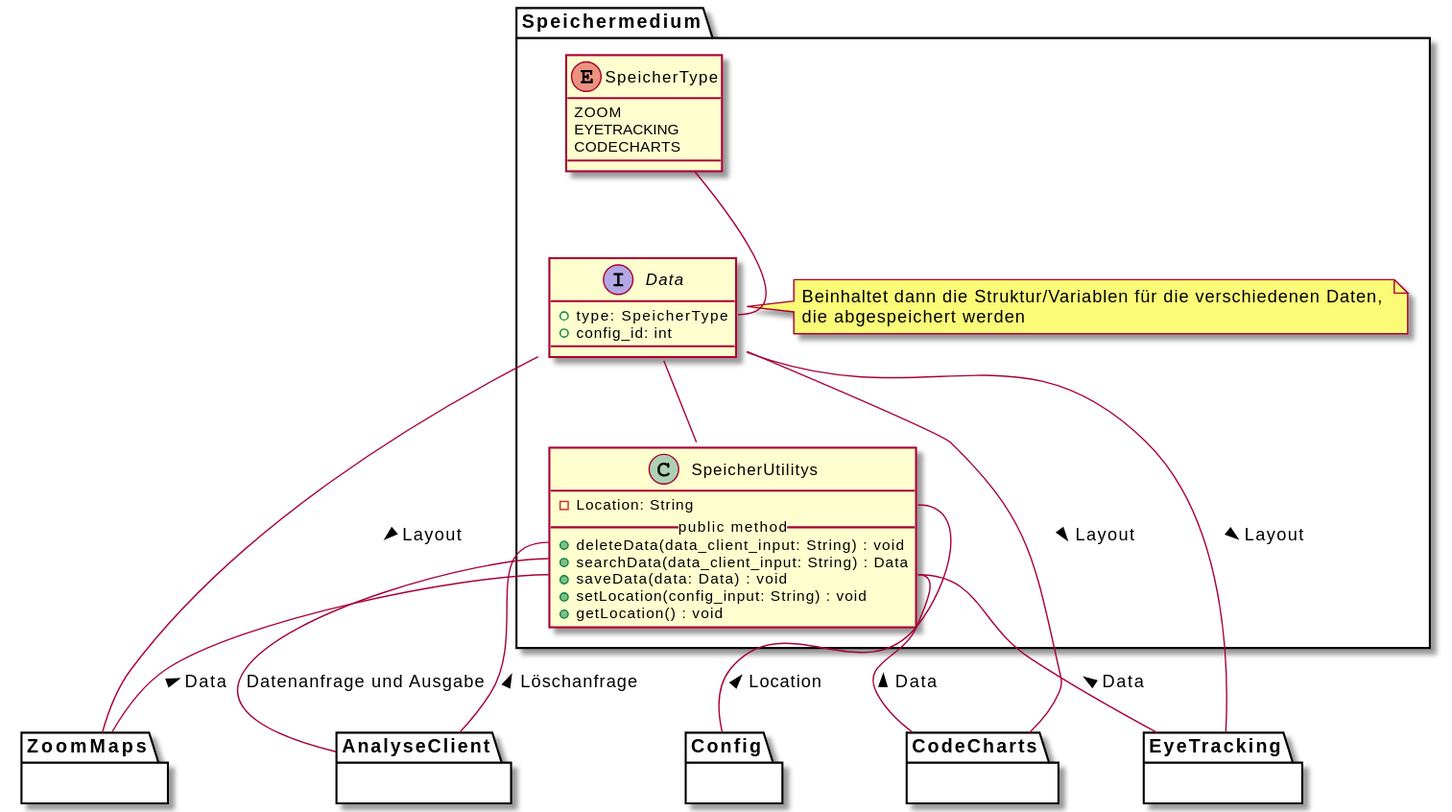
Above: meilenstein_03/uml-speichermedium/speichermedium.svg in weichware10/meilensteine (PlantUML), before the change. Source of this version:
```plantuml
@startuml
package Speichermedium {
      class SpeicherUtilitys {
         - Location: String
         __public method__
         + deleteData(data_client_input: String) : void
         + searchData(data_client_input: String) : Data
         + saveData(data: Data) : void
         + setLocation(config_input: String) : void
         + getLocation() : void
     }

      interface Data {
         + type: SpeicherType
         + config_id: int
      }

      note right of Data
         Beinhaltet dann die Struktur/Variablen für die verschiedenen Daten,
         die abgespeichert werden
      end note

      enum SpeicherType {
         ZOOM
         EYETRACKING
         CODECHARTS
      }

      SpeicherType -- Data::type
      Data -- SpeicherUtilitys

     SpeicherUtilitys::Location -- Config : < Location
     SpeicherUtilitys::saveData -- CodeCharts : < Data
     SpeicherUtilitys::saveData -- ZoomMaps : < Data
     SpeicherUtilitys::saveData -- EyeTracking : < Data
     SpeicherUtilitys::searchData -- AnalyseClient : Datenanfrage und Ausgabe
     SpeicherUtilitys::deleteData -- AnalyseClient : < Löschanfrage
     Data -- CodeCharts : > Layout
     Data -- ZoomMaps : > Layout
     Data -- EyeTracking : > Layout
}


 package Config {}

 package CodeCharts {}

 package ZoomMaps {}

 package EyeTracking {}

 package AnalyseClient {}
@enduml
```
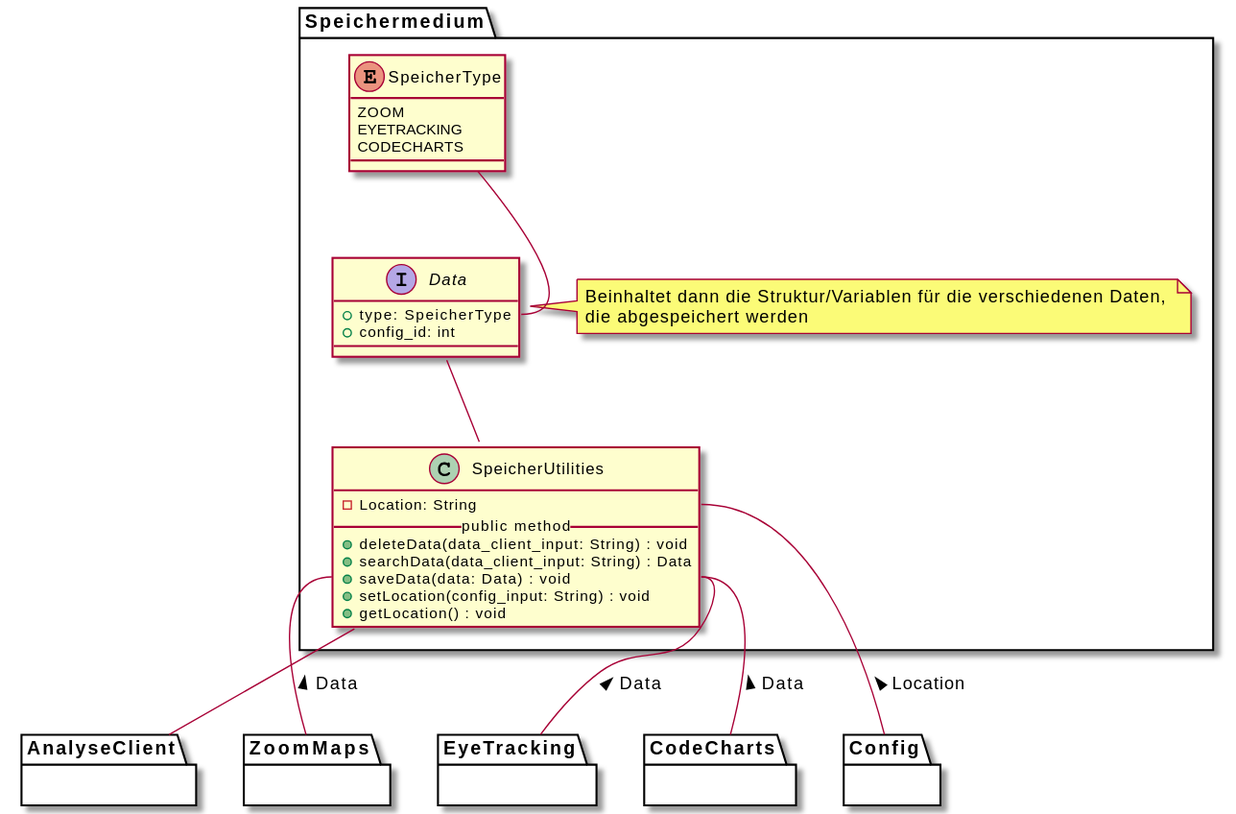
The same diagram one commit later.

Commit message:
Render PlantUML SVGs

What changed in the source:
```diff
@@ -1,6 +1,6 @@
 @startuml
 package Speichermedium {
-      class SpeicherUtilitys {
+      class SpeicherUtilities {
          - Location: String
          __public method__
          + deleteData(data_client_input: String) : void
@@ -27,17 +27,13 @@
       }
 
       SpeicherType -- Data::type
-      Data -- SpeicherUtilitys
+      Data -- SpeicherUtilities
 
-     SpeicherUtilitys::Location -- Config : < Location
-     SpeicherUtilitys::saveData -- CodeCharts : < Data
-     SpeicherUtilitys::saveData -- ZoomMaps : < Data
-     SpeicherUtilitys::saveData -- EyeTracking : < Data
-     SpeicherUtilitys::searchData -- AnalyseClient : Datenanfrage und Ausgabe
-     SpeicherUtilitys::deleteData -- AnalyseClient : < Löschanfrage
-     Data -- CodeCharts : > Layout
-     Data -- ZoomMaps : > Layout
-     Data -- EyeTracking : > Layout
+     SpeicherUtilities::Location -- Config : < Location
+     SpeicherUtilities::saveData -- CodeCharts : < Data
+     SpeicherUtilities::saveData -- ZoomMaps : < Data
+     SpeicherUtilities::saveData -- EyeTracking : < Data
+     SpeicherUtilities -- AnalyseClient
 }
 
 
```
